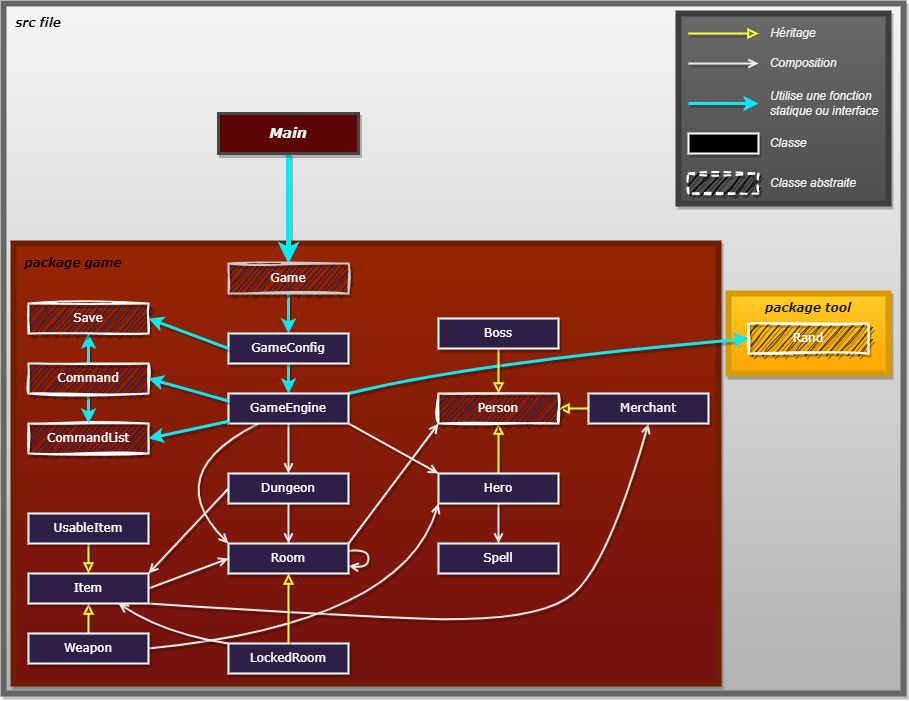
Earlier version of the draw.io export Java_RPG/doc/diagram.drawio.png (Vivien-Parsis/Jeux-rpg). Source tidied: cells renumbered, new cells last; positions are measured from the earlier drawing's top-left corner, leaving out a move shared by most shapes.
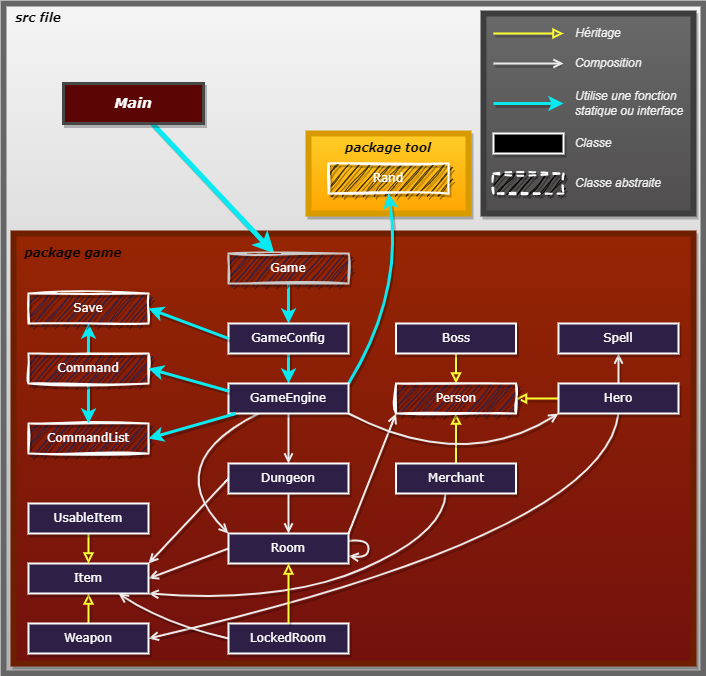
After the change.

Diff of the diagram source:
```diff
@@ -2,23 +2,23 @@
   <root>
     <mxCell id="0" />
     <mxCell id="1" parent="0" />
-    <mxCell id="2" style="rounded=0.5;whiteSpace=wrap;html=1;strokeWidth=6;fillColor=#f5f5f5;strokeColor=#666666;gradientColor=#b3b3b3;shadow=1;" parent="1" vertex="1">
-      <mxGeometry width="900" height="690" as="geometry" />
+    <mxCell id="2" style="rounded=0.5;whiteSpace=wrap;html=1;strokeWidth=6;fillColor=#f5f5f5;strokeColor=#666666;gradientColor=#b3b3b3;shadow=0;" parent="1" vertex="1">
+      <mxGeometry y="10" width="700" height="670" as="geometry" />
     </mxCell>
     <mxCell id="3" style="rounded=0;whiteSpace=wrap;html=1;fillColor=#ffcd28;gradientColor=#ffa500;strokeColor=#d79b00;gradientDirection=south;strokeWidth=6;shadow=1;" parent="1" vertex="1">
-      <mxGeometry x="725" y="290" width="160" height="80" as="geometry" />
+      <mxGeometry x="305" y="140" width="160" height="80" as="geometry" />
     </mxCell>
     <mxCell id="4" style="rounded=0;whiteSpace=wrap;html=1;fillColor=#962502;strokeColor=#6D1F00;fontColor=#ffffff;gradientColor=#73110E;gradientDirection=south;strokeWidth=6;shadow=1;perimeterSpacing=0;" parent="1" vertex="1">
-      <mxGeometry x="10" y="240" width="705" height="440" as="geometry" />
+      <mxGeometry x="10" y="240" width="680" height="430" as="geometry" />
     </mxCell>
     <mxCell id="5" style="edgeStyle=none;html=1;fontColor=#FFFAFA;strokeColor=#FFFF33;strokeWidth=2;endArrow=block;endFill=0;shadow=1;" parent="1" edge="1" source="34" target="32">
       <mxGeometry relative="1" as="geometry" />
     </mxCell>
-    <mxCell id="6" style="edgeStyle=none;curved=1;html=1;fontColor=#FFFAFA;strokeColor=#EBEBEB;strokeWidth=2;exitX=0.5;exitY=1;exitDx=0;exitDy=0;entryX=0.5;entryY=0;entryDx=0;entryDy=0;endArrow=open;endFill=0;shadow=1;" parent="1" edge="1" source="34" target="35">
+    <mxCell id="6" style="edgeStyle=none;curved=1;html=1;fontColor=#FFFAFA;strokeColor=#EBEBEB;strokeWidth=2;exitX=0.5;exitY=1;exitDx=0;exitDy=0;entryX=0.5;entryY=1;entryDx=0;entryDy=0;endArrow=open;endFill=0;shadow=1;" parent="1" edge="1" source="34" target="35">
       <mxGeometry relative="1" as="geometry" />
     </mxCell>
     <mxCell id="7" value="CommandList" style="rounded=0;whiteSpace=wrap;html=1;fillStyle=auto;fillColor=#2E1F46;fontFamily=Verdana;fontColor=#ffffff;strokeColor=#ffffff;strokeWidth=2;shadow=1;sketch=1;curveFitting=1;jiggle=2;" parent="1" vertex="1">
-      <mxGeometry x="25" y="420" width="120" height="30" as="geometry" />
+      <mxGeometry x="25" y="430" width="120" height="30" as="geometry" />
     </mxCell>
     <mxCell id="8" value="&lt;font face=&quot;Verdana&quot;&gt;package game&lt;/font&gt;" style="text;html=1;align=center;verticalAlign=middle;whiteSpace=wrap;rounded=0;fontStyle=3;fontColor=#030303;shadow=1;" parent="1" vertex="1">
       <mxGeometry x="20" y="250" width="100" height="20" as="geometry" />
@@ -30,12 +30,12 @@
       <mxGeometry relative="1" as="geometry" />
     </mxCell>
     <mxCell id="11" value="Rand" style="rounded=0;whiteSpace=wrap;html=1;fillStyle=auto;fillColor=#403100;fontFamily=Verdana;fontColor=#ffffff;strokeWidth=2;strokeColor=#ffffff;shadow=1;sketch=1;curveFitting=1;jiggle=2;" parent="1" vertex="1">
-      <mxGeometry x="745" y="320" width="120" height="30" as="geometry" />
+      <mxGeometry x="325" y="170" width="120" height="30" as="geometry" />
     </mxCell>
     <mxCell id="12" value="&lt;font face=&quot;Verdana&quot;&gt;src file&lt;/font&gt;" style="text;html=1;align=center;verticalAlign=middle;whiteSpace=wrap;rounded=0;fontColor=#000000;fontStyle=3;strokeColor=none;labelBackgroundColor=none;labelBorderColor=none;shadow=1;" parent="1" vertex="1">
-      <mxGeometry x="10" y="10" width="50" height="20" as="geometry" />
+      <mxGeometry x="10" y="20" width="50" height="10" as="geometry" />
     </mxCell>
-    <mxCell id="13" style="edgeStyle=none;html=1;entryX=1;entryY=0.5;entryDx=0;entryDy=0;strokeColor=#FFFF33;fontColor=#FFFAFA;strokeWidth=2;endArrow=block;endFill=0;shadow=1;" parent="1" edge="1" source="37" target="32">
+    <mxCell id="13" style="edgeStyle=none;html=1;entryX=0.5;entryY=1;entryDx=0;entryDy=0;strokeColor=#FFFF33;fontColor=#FFFAFA;strokeWidth=2;endArrow=block;endFill=0;shadow=1;" parent="1" edge="1" source="37" target="32">
       <mxGeometry relative="1" as="geometry" />
     </mxCell>
     <mxCell id="14" style="edgeStyle=none;curved=1;html=1;strokeWidth=3;fontColor=#FFFAFA;strokeColor=#09e9f1;exitX=0.5;exitY=1;exitDx=0;exitDy=0;entryX=0.5;entryY=0;entryDx=0;entryDy=0;shadow=1;" parent="1" edge="1" source="45" target="7">
@@ -44,12 +44,11 @@
     <mxCell id="15" style="edgeStyle=none;curved=1;html=1;entryX=1;entryY=0;entryDx=0;entryDy=0;exitX=0;exitY=0.5;exitDx=0;exitDy=0;fontColor=#FFFAFA;strokeColor=#EBEBEB;strokeWidth=2;endArrow=open;endFill=0;shadow=1;" parent="1" edge="1" source="31" target="39">
       <mxGeometry relative="1" as="geometry" />
     </mxCell>
-    <mxCell id="16" style="edgeStyle=none;html=1;entryX=0.5;entryY=1;entryDx=0;entryDy=0;strokeColor=#EBEBEB;fontColor=#FFFAFA;strokeWidth=2;exitX=1;exitY=1;exitDx=0;exitDy=0;endArrow=open;endFill=0;curved=1;shadow=1;" parent="1" edge="1" source="39" target="37">
+    <mxCell id="16" style="edgeStyle=none;html=1;entryX=0.413;entryY=1;entryDx=0;entryDy=0;strokeColor=#EBEBEB;fontColor=#FFFAFA;strokeWidth=2;exitX=1;exitY=1;exitDx=0;exitDy=0;endArrow=none;endFill=0;curved=1;shadow=1;startArrow=open;startFill=0;entryPerimeter=0;" parent="1" edge="1" source="39" target="37">
       <mxGeometry relative="1" as="geometry">
         <Array as="points">
-          <mxPoint x="295" y="610" />
-          <mxPoint x="535" y="620" />
-          <mxPoint x="605" y="560" />
+          <mxPoint x="280" y="610" />
+          <mxPoint x="440" y="540" />
         </Array>
       </mxGeometry>
     </mxCell>
@@ -67,31 +66,23 @@
     <mxCell id="20" style="edgeStyle=none;curved=1;html=1;dashed=1;strokeWidth=1;strokeColor=none;dashPattern=1 4;fontColor=#ffffff;shadow=1;" parent="1" edge="1" source="7" target="42">
       <mxGeometry relative="1" as="geometry" />
     </mxCell>
-    <mxCell id="21" style="edgeStyle=none;html=1;entryX=0;entryY=0.5;entryDx=0;entryDy=0;strokeColor=#09e9f1;curved=1;fontColor=#FFFAFA;strokeWidth=3;exitX=1;exitY=0;exitDx=0;exitDy=0;shadow=1;" parent="1" edge="1" source="42" target="11">
+    <mxCell id="21" style="edgeStyle=none;html=1;entryX=0.5;entryY=1;entryDx=0;entryDy=0;strokeColor=#09e9f1;curved=1;fontColor=#FFFAFA;strokeWidth=3;exitX=1;exitY=0;exitDx=0;exitDy=0;shadow=1;" parent="1" edge="1" source="42" target="11">
       <mxGeometry relative="1" as="geometry">
         <Array as="points">
-          <mxPoint x="465" y="360" />
+          <mxPoint x="400" y="300" />
         </Array>
       </mxGeometry>
     </mxCell>
     <mxCell id="22" style="edgeStyle=none;html=1;fontColor=#FFFAFA;strokeColor=#FFFF33;strokeWidth=2;entryX=0.5;entryY=0;entryDx=0;entryDy=0;exitX=0.5;exitY=1;exitDx=0;exitDy=0;endArrow=block;endFill=0;shadow=1;" parent="1" edge="1" source="33" target="32">
       <mxGeometry relative="1" as="geometry" />
     </mxCell>
-    <mxCell id="23" style="edgeStyle=none;html=1;curved=1;fontColor=#FFFAFA;strokeColor=#EBEBEB;strokeWidth=2;entryX=0;entryY=1;entryDx=0;entryDy=0;exitX=1;exitY=0;exitDx=0;exitDy=0;endArrow=open;endFill=0;shadow=1;" parent="1" edge="1" source="40">
-      <mxGeometry relative="1" as="geometry">
-        <mxPoint x="435" y="420" as="targetPoint" />
-      </mxGeometry>
+    <mxCell id="23" style="edgeStyle=none;html=1;curved=1;fontColor=#FFFAFA;strokeColor=#EBEBEB;strokeWidth=2;entryX=0;entryY=1;entryDx=0;entryDy=0;exitX=1;exitY=0;exitDx=0;exitDy=0;endArrow=open;endFill=0;shadow=1;" parent="1" edge="1" source="40" target="32">
+      <mxGeometry relative="1" as="geometry" />
     </mxCell>
-    <mxCell id="24" style="edgeStyle=none;html=1;entryX=0;entryY=0;entryDx=0;entryDy=0;curved=1;fontColor=#FFFAFA;strokeColor=#EBEBEB;strokeWidth=2;exitX=1;exitY=1;exitDx=0;exitDy=0;endArrow=open;endFill=0;shadow=1;" parent="1" edge="1">
-      <mxGeometry relative="1" as="geometry">
-        <mxPoint x="345" y="420" as="sourcePoint" />
-        <mxPoint x="435" y="470" as="targetPoint" />
-      </mxGeometry>
-    </mxCell>
-    <mxCell id="25" style="edgeStyle=none;html=1;curved=1;fontColor=#FFFAFA;strokeColor=#EBEBEB;strokeWidth=2;entryX=0;entryY=1;entryDx=0;entryDy=0;exitX=1;exitY=0.5;exitDx=0;exitDy=0;endArrow=open;endFill=0;sourcePerimeterSpacing=0;targetPerimeterSpacing=0;endSize=6;shadow=1;" parent="1" edge="1" source="38" target="34">
+    <mxCell id="25" style="edgeStyle=none;html=1;curved=1;fontColor=#FFFAFA;strokeColor=#EBEBEB;strokeWidth=2;entryX=0.5;entryY=1;entryDx=0;entryDy=0;exitX=1;exitY=0.5;exitDx=0;exitDy=0;endArrow=none;endFill=0;targetPerimeterSpacing=0;endSize=6;shadow=1;startArrow=open;startFill=0;" parent="1" edge="1" source="38" target="34">
       <mxGeometry relative="1" as="geometry">
         <Array as="points">
-          <mxPoint x="400" y="620" />
+          <mxPoint x="600" y="540" />
         </Array>
       </mxGeometry>
     </mxCell>
@@ -102,7 +93,7 @@
         </Array>
       </mxGeometry>
     </mxCell>
-    <mxCell id="27" style="edgeStyle=none;html=1;entryX=0;entryY=0.5;entryDx=0;entryDy=0;fontColor=#FFFAFA;strokeColor=#EBEBEB;strokeWidth=2;exitX=1;exitY=0.5;exitDx=0;exitDy=0;endArrow=open;endFill=0;shadow=1;" parent="1" edge="1" source="39" target="40">
+    <mxCell id="27" style="edgeStyle=none;html=1;entryX=0;entryY=0.5;entryDx=0;entryDy=0;fontColor=#FFFAFA;strokeColor=#EBEBEB;strokeWidth=2;exitX=1;exitY=0.5;exitDx=0;exitDy=0;endArrow=none;endFill=0;shadow=1;startArrow=open;startFill=0;" parent="1" edge="1" source="39" target="40">
       <mxGeometry relative="1" as="geometry" />
     </mxCell>
     <mxCell id="28" style="edgeStyle=none;html=1;entryX=0.5;entryY=0;entryDx=0;entryDy=0;strokeColor=#09e9f1;fontColor=#FFFAFA;strokeWidth=3;shadow=1;exitX=0.5;exitY=1;exitDx=0;exitDy=0;" parent="1" edge="1" source="43" target="42">
@@ -116,29 +107,26 @@
       </mxGeometry>
     </mxCell>
     <mxCell id="30" value="&lt;font style=&quot;font-size: 14px;&quot;&gt;&lt;i&gt;Main&lt;/i&gt;&lt;/font&gt;" style="rounded=0;whiteSpace=wrap;html=1;fontFamily=Verdana;fillColor=#5C0505;fontStyle=1;fontColor=#ffffff;strokeColor=#474747;fillStyle=auto;strokeWidth=3;shadow=1;" parent="1" vertex="1">
-      <mxGeometry x="215" y="110" width="140" height="40" as="geometry" />
+      <mxGeometry x="60" y="90" width="140" height="40" as="geometry" />
     </mxCell>
     <mxCell id="31" value="Dungeon" style="rounded=0;whiteSpace=wrap;html=1;fillStyle=auto;fillColor=#2E1F46;fontFamily=Verdana;fontColor=#ffffff;strokeColor=#ffffff;strokeWidth=2;shadow=1;" parent="1" vertex="1">
       <mxGeometry x="225" y="470" width="120" height="30" as="geometry" />
     </mxCell>
     <mxCell id="32" value="Person" style="rounded=0;whiteSpace=wrap;html=1;fillStyle=auto;fillColor=#2E1F46;fontFamily=Verdana;fontColor=#ffffff;strokeColor=#ffffff;strokeWidth=2;shadow=1;sketch=1;curveFitting=1;jiggle=2;" parent="1" vertex="1">
-      <mxGeometry x="435" y="390" width="120" height="30" as="geometry" />
+      <mxGeometry x="392.5" y="390" width="120" height="30" as="geometry" />
     </mxCell>
     <mxCell id="33" value="Boss" style="rounded=0;whiteSpace=wrap;html=1;fillStyle=auto;fillColor=#2E1F46;fontFamily=Verdana;fontColor=#ffffff;strokeColor=#ffffff;strokeWidth=2;shadow=1;" parent="1" vertex="1">
-      <mxGeometry x="435" y="315" width="120" height="30" as="geometry" />
+      <mxGeometry x="392.5" y="330" width="120" height="30" as="geometry" />
     </mxCell>
     <mxCell id="34" value="Hero" style="rounded=0;whiteSpace=wrap;html=1;fillStyle=auto;fillColor=#2E1F46;fontFamily=Verdana;fontColor=#ffffff;strokeColor=#ffffff;strokeWidth=2;shadow=1;" parent="1" vertex="1">
-      <mxGeometry x="435" y="470" width="120" height="30" as="geometry" />
+      <mxGeometry x="555" y="390" width="120" height="30" as="geometry" />
     </mxCell>
     <mxCell id="35" value="Spell" style="rounded=0;whiteSpace=wrap;html=1;fillStyle=auto;fillColor=#2E1F46;fontFamily=Verdana;fontColor=#ffffff;strokeWidth=2;strokeColor=#ffffff;shadow=1;" parent="1" vertex="1">
-      <mxGeometry x="435" y="540" width="120" height="30" as="geometry" />
+      <mxGeometry x="555" y="330" width="120" height="30" as="geometry" />
     </mxCell>
     <mxCell id="36" value="&lt;font face=&quot;Verdana&quot;&gt;package tool&lt;/font&gt;" style="text;html=1;align=center;verticalAlign=middle;whiteSpace=wrap;rounded=0;fontColor=#0A0A0A;fontStyle=3;strokeColor=none;shadow=1;" parent="1" vertex="1">
-      <mxGeometry x="755" y="290" width="100" height="30" as="geometry" />
+      <mxGeometry x="335" y="140" width="100" height="30" as="geometry" />
     </mxCell>
-    <mxCell id="37" value="Merchant" style="rounded=0;whiteSpace=wrap;html=1;fillStyle=auto;fillColor=#2E1F46;fontFamily=Verdana;fontColor=#ffffff;strokeWidth=2;strokeColor=#ffffff;shadow=1;" parent="1" vertex="1">
-      <mxGeometry x="585" y="390" width="120" height="30" as="geometry" />
-    </mxCell>
     <mxCell id="38" value="Weapon" style="rounded=0;whiteSpace=wrap;html=1;fillStyle=auto;fillColor=#2E1F46;fontFamily=Verdana;fontColor=#ffffff;strokeWidth=2;strokeColor=#ffffff;shadow=1;" parent="1" vertex="1">
       <mxGeometry x="25" y="630" width="120" height="30" as="geometry" />
     </mxCell>
@@ -166,7 +154,7 @@
     <mxCell id="46" value="Game" style="rounded=0;whiteSpace=wrap;html=1;fillStyle=auto;fillColor=#2E1F46;fontFamily=Verdana;fontColor=#ffffff;strokeColor=#C9C9C9;strokeWidth=2;shadow=1;glass=0;sketch=1;curveFitting=1;jiggle=2;" parent="1" vertex="1">
       <mxGeometry x="225" y="260" width="120" height="30" as="geometry" />
     </mxCell>
-    <mxCell id="47" style="edgeStyle=none;html=1;entryX=0.75;entryY=1;entryDx=0;entryDy=0;endArrow=open;strokeColor=#EBEBEB;fontColor=#FFFAFA;strokeWidth=2;endFill=0;shadow=1;curved=1;exitX=0;exitY=0;exitDx=0;exitDy=0;" parent="1" edge="1" source="48" target="39">
+    <mxCell id="47" style="edgeStyle=none;html=1;entryX=0.75;entryY=1;entryDx=0;entryDy=0;endArrow=open;strokeColor=#EBEBEB;fontColor=#FFFAFA;strokeWidth=2;endFill=0;shadow=1;curved=1;exitX=0;exitY=0.5;exitDx=0;exitDy=0;" parent="1" edge="1" source="48" target="39">
       <mxGeometry relative="1" as="geometry">
         <Array as="points">
           <mxPoint x="160" y="630" />
@@ -174,7 +162,7 @@
       </mxGeometry>
     </mxCell>
     <mxCell id="48" value="LockedRoom" style="rounded=0;whiteSpace=wrap;html=1;fillStyle=auto;fillColor=#2E1F46;fontFamily=Verdana;fontColor=#ffffff;strokeColor=#ffffff;strokeWidth=2;shadow=1;" parent="1" vertex="1">
-      <mxGeometry x="225" y="640" width="120" height="30" as="geometry" />
+      <mxGeometry x="225" y="630" width="120" height="30" as="geometry" />
     </mxCell>
     <mxCell id="49" style="edgeStyle=none;html=1;fontColor=#FFFAFA;strokeColor=#FFFF33;strokeWidth=2;exitX=0.5;exitY=0;exitDx=0;exitDy=0;entryX=0.5;entryY=1;entryDx=0;entryDy=0;endArrow=block;endFill=0;shadow=1;" parent="1" edge="1" source="48" target="40">
       <mxGeometry relative="1" as="geometry" />
@@ -198,46 +186,57 @@
       <mxGeometry relative="1" as="geometry" />
     </mxCell>
     <mxCell id="56" style="rounded=0;whiteSpace=wrap;html=1;fillColor=#504e4e;strokeWidth=6;strokeColor=#3D3D3D;gradientColor=#696969;gradientDirection=north;shadow=1;" parent="1" vertex="1">
-      <mxGeometry x="675" y="10" width="210" height="190" as="geometry" />
+      <mxGeometry x="480" y="20" width="210" height="200" as="geometry" />
     </mxCell>
     <mxCell id="57" style="edgeStyle=none;html=1;fontColor=#FFFAFA;strokeColor=#FFFF33;strokeWidth=2;startArrow=none;endArrow=block;endFill=0;shadow=1;" parent="1" edge="1">
       <mxGeometry relative="1" as="geometry">
-        <mxPoint x="685" y="30" as="sourcePoint" />
-        <mxPoint x="755" y="30" as="targetPoint" />
+        <mxPoint x="490" y="40" as="sourcePoint" />
+        <mxPoint x="560" y="40" as="targetPoint" />
       </mxGeometry>
     </mxCell>
     <mxCell id="58" style="edgeStyle=none;html=1;fontColor=#FFFAFA;strokeColor=#EBEBEB;strokeWidth=2;startArrow=none;endArrow=open;endFill=0;shadow=1;" parent="1" edge="1">
       <mxGeometry relative="1" as="geometry">
-        <mxPoint x="685" y="60" as="sourcePoint" />
-        <mxPoint x="755" y="60" as="targetPoint" />
+        <mxPoint x="490" y="70" as="sourcePoint" />
+        <mxPoint x="560" y="70" as="targetPoint" />
       </mxGeometry>
     </mxCell>
     <mxCell id="59" style="edgeStyle=none;html=1;fontColor=#FFFAFA;strokeColor=#09e9f1;strokeWidth=3;startArrow=none;shadow=1;" parent="1" edge="1">
       <mxGeometry relative="1" as="geometry">
-        <mxPoint x="685" y="100" as="sourcePoint" />
-        <mxPoint x="755" y="100" as="targetPoint" />
+        <mxPoint x="490" y="110" as="sourcePoint" />
+        <mxPoint x="560" y="110" as="targetPoint" />
       </mxGeometry>
     </mxCell>
     <mxCell id="60" value="Héritage" style="text;html=1;strokeColor=none;fillColor=none;align=center;verticalAlign=middle;whiteSpace=wrap;rounded=0;fontSize=12;fontStyle=2;fontColor=#F0F0F0;shadow=1;" parent="1" vertex="1">
-      <mxGeometry x="765" y="20" width="50" height="20" as="geometry" />
+      <mxGeometry x="570" y="30" width="50" height="20" as="geometry" />
     </mxCell>
     <mxCell id="61" value="Composition" style="text;html=1;strokeColor=none;fillColor=none;align=center;verticalAlign=middle;whiteSpace=wrap;rounded=0;fontSize=12;fontStyle=2;fontColor=#F0F0F0;shadow=1;" parent="1" vertex="1">
-      <mxGeometry x="765" y="50" width="70" height="20" as="geometry" />
+      <mxGeometry x="570" y="60" width="70" height="20" as="geometry" />
     </mxCell>
     <mxCell id="62" value="Utilise une fonction statique ou interface" style="text;html=1;strokeColor=none;fillColor=none;align=left;verticalAlign=middle;whiteSpace=wrap;rounded=0;fontSize=12;fontStyle=2;fontColor=#F0F0F0;shadow=1;" parent="1" vertex="1">
-      <mxGeometry x="765" y="85" width="120" height="30" as="geometry" />
+      <mxGeometry x="570" y="95" width="120" height="30" as="geometry" />
     </mxCell>
     <mxCell id="63" style="rounded=0;whiteSpace=wrap;html=1;fillStyle=auto;fillColor=#000000;fontFamily=Verdana;fontColor=#ffffff;strokeWidth=2;strokeColor=#ffffff;shadow=1;" parent="1" vertex="1">
-      <mxGeometry x="685" y="130" width="70" height="20" as="geometry" />
+      <mxGeometry x="490" y="140" width="70" height="20" as="geometry" />
     </mxCell>
     <mxCell id="64" style="rounded=0;whiteSpace=wrap;html=1;dashed=1;fillStyle=auto;fillColor=#050400;fontFamily=Verdana;fontColor=#ffffff;strokeColor=#ffffff;strokeWidth=2;shadow=1;sketch=1;curveFitting=1;jiggle=2;" parent="1" vertex="1">
-      <mxGeometry x="685" y="170" width="70" height="20" as="geometry" />
+      <mxGeometry x="490" y="180" width="70" height="20" as="geometry" />
     </mxCell>
     <mxCell id="65" value="Classe" style="text;html=1;strokeColor=none;fillColor=none;align=center;verticalAlign=middle;whiteSpace=wrap;rounded=0;fontSize=12;fontStyle=2;fontColor=#F0F0F0;shadow=1;" parent="1" vertex="1">
-      <mxGeometry x="765" y="130" width="40" height="20" as="geometry" />
+      <mxGeometry x="570" y="140" width="40" height="20" as="geometry" />
     </mxCell>
     <mxCell id="66" value="Classe abstraite" style="text;html=1;strokeColor=none;fillColor=none;align=center;verticalAlign=middle;whiteSpace=wrap;rounded=0;fontSize=12;fontStyle=2;fontColor=#F0F0F0;rotation=0;shadow=1;" parent="1" vertex="1">
-      <mxGeometry x="765" y="170" width="90" height="20" as="geometry" />
+      <mxGeometry x="570" y="180" width="90" height="20" as="geometry" />
     </mxCell>
+    <mxCell id="37" value="Merchant" style="rounded=0;whiteSpace=wrap;html=1;fillStyle=auto;fillColor=#2E1F46;fontFamily=Verdana;fontColor=#ffffff;strokeWidth=2;strokeColor=#ffffff;shadow=1;" parent="1" vertex="1">
+      <mxGeometry x="392.5" y="470" width="120" height="30" as="geometry" />
+    </mxCell>
+    <mxCell id="24" style="edgeStyle=none;html=1;entryX=0;entryY=1;entryDx=0;entryDy=0;curved=1;fontColor=#FFFAFA;strokeColor=#EBEBEB;strokeWidth=2;exitX=1;exitY=1;exitDx=0;exitDy=0;endArrow=open;endFill=0;shadow=1;" parent="1" edge="1" target="34">
+      <mxGeometry relative="1" as="geometry">
+        <mxPoint x="345" y="420" as="sourcePoint" />
+        <Array as="points">
+          <mxPoint x="460" y="480" />
+        </Array>
+      </mxGeometry>
+    </mxCell>
   </root>
 </mxGraphModel>
```
